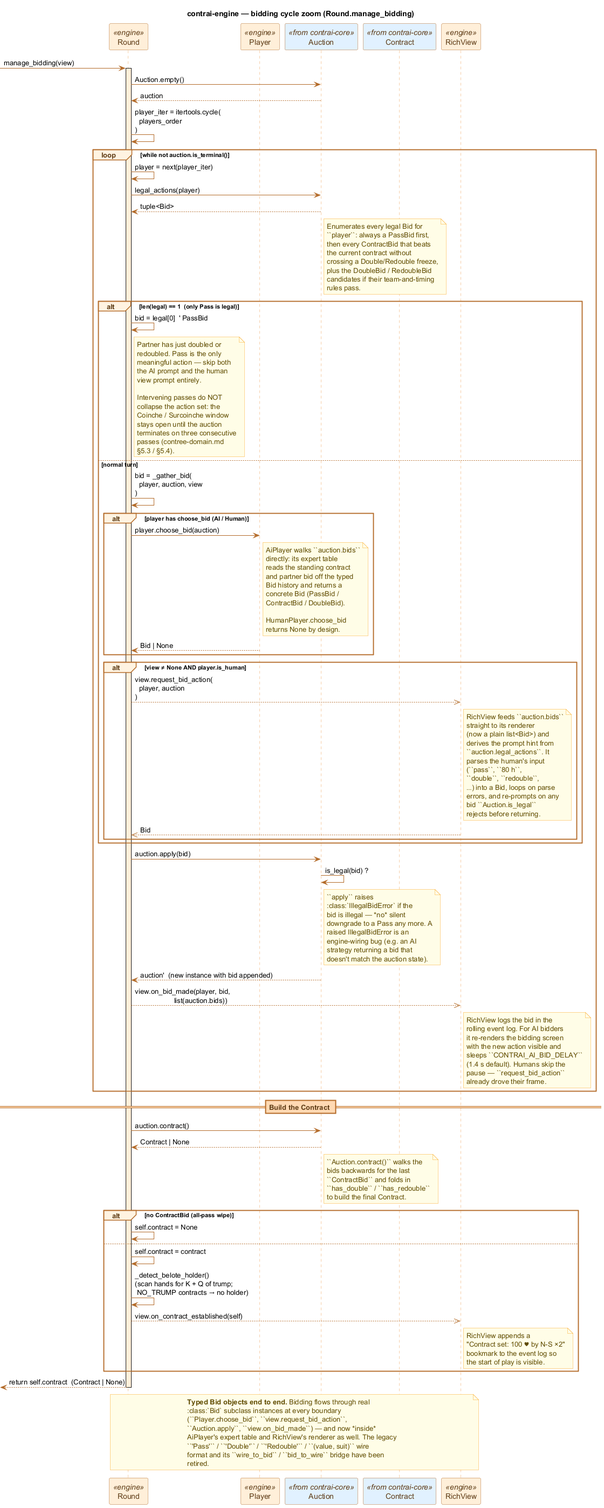
The PlantUML diagram docs/diagrams/seq_bidding.png in valmathieu/ContrAI, before a commit.
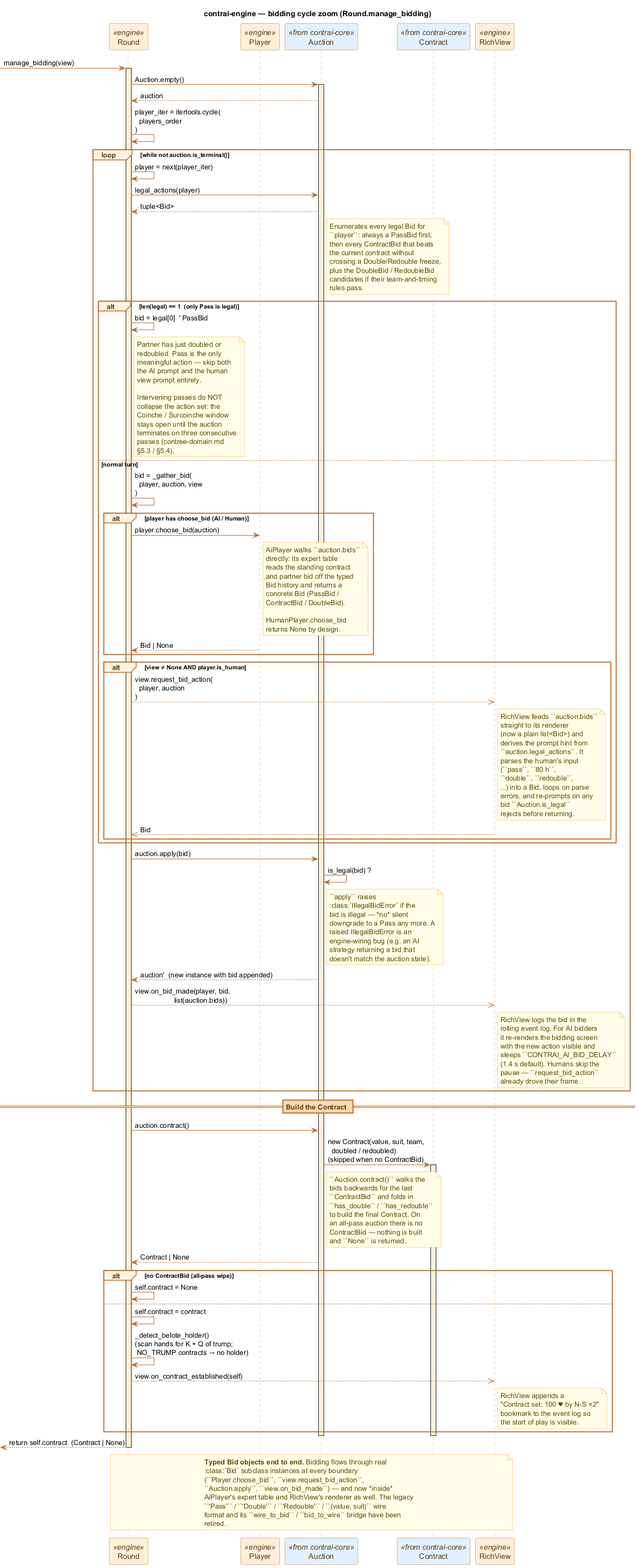
Above is the later version.

Commit message:
docs(diagrams): fix lifeline activations in CLI/round/bidding/trick sequences

What changed in the source:
```diff
@@ -37,6 +37,7 @@
 activate R
 
 R -> A : Auction.empty()
+activate A
 A --> R : auction
 R -> R : player_iter = itertools.cycle(\n  players_order\n)
 
@@ -145,14 +146,19 @@
 == Build the Contract ==
 
 R -> A : auction.contract()
-A --> R : Contract | None
+A -> CT : new Contract(value, suit, team,\n  doubled / redoubled)\n(skipped when no ContractBid)
+activate CT
 note right of A
   ``Auction.contract()`` walks the
   bids backwards for the last
   ``ContractBid`` and folds in
   ``has_double`` / ``has_redouble``
-  to build the final Contract.
+  to build the final Contract. On
+  an all-pass auction there is no
+  ContractBid — nothing is built
+  and ``None`` is returned.
 end note
+A --> R : Contract | None
 
 alt no ContractBid (all-pass wipe)
     R -> R : self.contract = None
@@ -167,6 +173,9 @@
       the start of play is visible.
     end note
 end
+
+deactivate A
+deactivate CT
 
 [<-- R : return self.contract  (Contract | None)
 deactivate R
```
